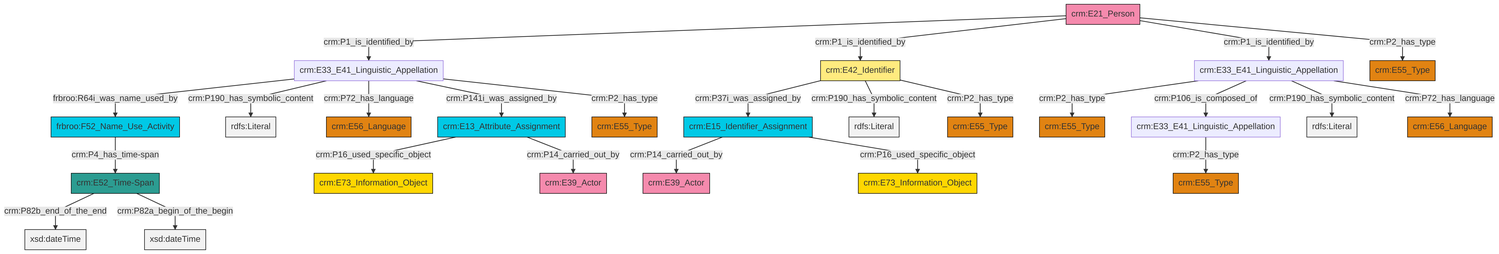
This is et/personCSV/ttl/mmd/png/Person_Names_and_Classification.png from swiss-art-research-net/reference-data-models, a Mermaid export, as it was before one commit. Its source is kept beside it as et/personCSV/ttl/mmd/Person_Names_and_Classification.ttl.mmd.
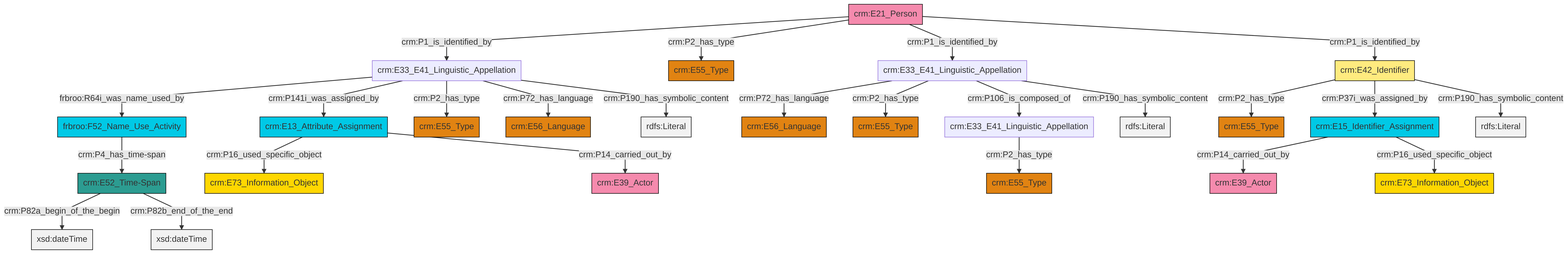
The same file after the commit.

Diff of the diagram source:
```diff
@@ -13,27 +13,27 @@
 classDef PC_Classes fill:#4ce600, stroke:#000000;
 classDef Multi fill:#cccccc,stroke:#000000;
 
-0["crm:E21_Person"]:::Actor -->|crm:P1_is_identified_by| 1["crm:E33_E41_Linguistic_Appellation"]:::Default
-4["crm:E42_Identifier"]:::Appellation -->|crm:P37i_was_assigned_by| 5["crm:E15_Identifier_Assignment"]:::Temporal_Entity
-8["crm:E33_E41_Linguistic_Appellation"]:::Default -->|crm:P2_has_type| 9["crm:E55_Type"]:::Type
-1["crm:E33_E41_Linguistic_Appellation"]:::Default -->|frbroo:R64i_was_name_used_by| 14["frbroo:F52_Name_Use_Activity"]:::Temporal_Entity
-8["crm:E33_E41_Linguistic_Appellation"]:::Default -->|crm:P106_is_composed_of| 16["crm:E33_E41_Linguistic_Appellation"]:::Default
-1["crm:E33_E41_Linguistic_Appellation"]:::Default -->|crm:P190_has_symbolic_content| 17[rdfs:Literal]:::Literal
-18["crm:E52_Time-Span"]:::Time-Span -->|crm:P82b_end_of_the_end| 19[xsd:dateTime]:::Literal
-16["crm:E33_E41_Linguistic_Appellation"]:::Default -->|crm:P2_has_type| 21["crm:E55_Type"]:::Type
-5["crm:E15_Identifier_Assignment"]:::Temporal_Entity -->|crm:P14_carried_out_by| 10["crm:E39_Actor"]:::Actor
-1["crm:E33_E41_Linguistic_Appellation"]:::Default -->|crm:P72_has_language| 23["crm:E56_Language"]:::Type
-4["crm:E42_Identifier"]:::Appellation -->|crm:P190_has_symbolic_content| 24[rdfs:Literal]:::Literal
-0["crm:E21_Person"]:::Actor -->|crm:P1_is_identified_by| 4["crm:E42_Identifier"]:::Appellation
-8["crm:E33_E41_Linguistic_Appellation"]:::Default -->|crm:P190_has_symbolic_content| 28[rdfs:Literal]:::Literal
-5["crm:E15_Identifier_Assignment"]:::Temporal_Entity -->|crm:P16_used_specific_object| 12["crm:E73_Information_Object"]:::Conceptual_Object
-18["crm:E52_Time-Span"]:::Time-Span -->|crm:P82a_begin_of_the_begin| 33[xsd:dateTime]:::Literal
-0["crm:E21_Person"]:::Actor -->|crm:P1_is_identified_by| 8["crm:E33_E41_Linguistic_Appellation"]:::Default
-8["crm:E33_E41_Linguistic_Appellation"]:::Default -->|crm:P72_has_language| 25["crm:E56_Language"]:::Type
-36["crm:E13_Attribute_Assignment"]:::Temporal_Entity -->|crm:P16_used_specific_object| 34["crm:E73_Information_Object"]:::Conceptual_Object
-4["crm:E42_Identifier"]:::Appellation -->|crm:P2_has_type| 6["crm:E55_Type"]:::Type
-36["crm:E13_Attribute_Assignment"]:::Temporal_Entity -->|crm:P14_carried_out_by| 29["crm:E39_Actor"]:::Actor
-14["frbroo:F52_Name_Use_Activity"]:::Temporal_Entity -->|crm:P4_has_time-span| 18["crm:E52_Time-Span"]:::Time-Span
-1["crm:E33_E41_Linguistic_Appellation"]:::Default -->|crm:P141i_was_assigned_by| 36["crm:E13_Attribute_Assignment"]:::Temporal_Entity
-1["crm:E33_E41_Linguistic_Appellation"]:::Default -->|crm:P2_has_type| 37["crm:E55_Type"]:::Type
-0["crm:E21_Person"]:::Actor -->|crm:P2_has_type| 2["crm:E55_Type"]:::Type
+0["crm:E13_Attribute_Assignment"]:::Temporal_Entity -->|crm:P16_used_specific_object| 1["crm:E73_Information_Object"]:::Conceptual_Object
+0["crm:E13_Attribute_Assignment"]:::Temporal_Entity -->|crm:P14_carried_out_by| 4["crm:E39_Actor"]:::Actor
+5["crm:E33_E41_Linguistic_Appellation"]:::Default -->|frbroo:R64i_was_name_used_by| 6["frbroo:F52_Name_Use_Activity"]:::Temporal_Entity
+7["crm:E21_Person"]:::Actor -->|crm:P1_is_identified_by| 5["crm:E33_E41_Linguistic_Appellation"]:::Default
+5["crm:E33_E41_Linguistic_Appellation"]:::Default -->|crm:P141i_was_assigned_by| 0["crm:E13_Attribute_Assignment"]:::Temporal_Entity
+8["crm:E33_E41_Linguistic_Appellation"]:::Default -->|crm:P72_has_language| 9["crm:E56_Language"]:::Type
+10["crm:E42_Identifier"]:::Appellation -->|crm:P2_has_type| 11["crm:E55_Type"]:::Type
+5["crm:E33_E41_Linguistic_Appellation"]:::Default -->|crm:P2_has_type| 14["crm:E55_Type"]:::Type
+7["crm:E21_Person"]:::Actor -->|crm:P2_has_type| 18["crm:E55_Type"]:::Type
+6["frbroo:F52_Name_Use_Activity"]:::Temporal_Entity -->|crm:P4_has_time-span| 19["crm:E52_Time-Span"]:::Time-Span
+5["crm:E33_E41_Linguistic_Appellation"]:::Default -->|crm:P72_has_language| 23["crm:E56_Language"]:::Type
+7["crm:E21_Person"]:::Actor -->|crm:P1_is_identified_by| 8["crm:E33_E41_Linguistic_Appellation"]:::Default
+10["crm:E42_Identifier"]:::Appellation -->|crm:P37i_was_assigned_by| 27["crm:E15_Identifier_Assignment"]:::Temporal_Entity
+5["crm:E33_E41_Linguistic_Appellation"]:::Default -->|crm:P190_has_symbolic_content| 32[rdfs:Literal]:::Literal
+27["crm:E15_Identifier_Assignment"]:::Temporal_Entity -->|crm:P14_carried_out_by| 28["crm:E39_Actor"]:::Actor
+19["crm:E52_Time-Span"]:::Time-Span -->|crm:P82a_begin_of_the_begin| 34[xsd:dateTime]:::Literal
+19["crm:E52_Time-Span"]:::Time-Span -->|crm:P82b_end_of_the_end| 36[xsd:dateTime]:::Literal
+27["crm:E15_Identifier_Assignment"]:::Temporal_Entity -->|crm:P16_used_specific_object| 20["crm:E73_Information_Object"]:::Conceptual_Object
+10["crm:E42_Identifier"]:::Appellation -->|crm:P190_has_symbolic_content| 40[rdfs:Literal]:::Literal
+8["crm:E33_E41_Linguistic_Appellation"]:::Default -->|crm:P2_has_type| 12["crm:E55_Type"]:::Type
+8["crm:E33_E41_Linguistic_Appellation"]:::Default -->|crm:P106_is_composed_of| 2["crm:E33_E41_Linguistic_Appellation"]:::Default
+2["crm:E33_E41_Linguistic_Appellation"]:::Default -->|crm:P2_has_type| 15["crm:E55_Type"]:::Type
+7["crm:E21_Person"]:::Actor -->|crm:P1_is_identified_by| 10["crm:E42_Identifier"]:::Appellation
+8["crm:E33_E41_Linguistic_Appellation"]:::Default -->|crm:P190_has_symbolic_content| 45[rdfs:Literal]:::Literal
```
